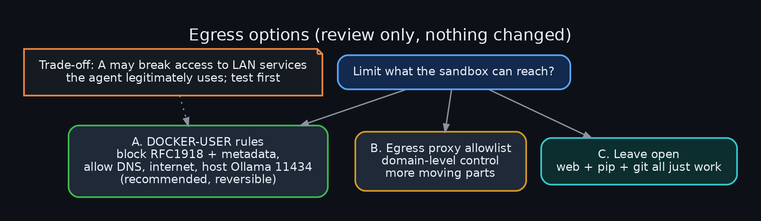
danindiana/hermes-web-search-ddgs keeps this Graphviz diagram as diagrams/32_egress_options.png. Above is the earlier version. Its source is kept beside it as diagrams/32_egress_options.dot.
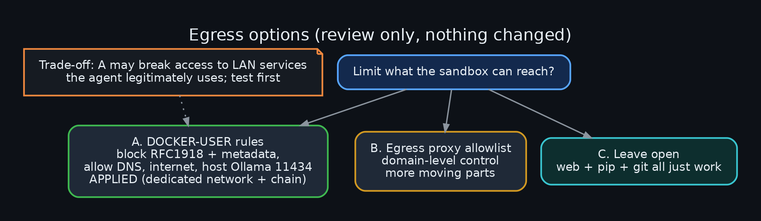
The same file after the commit.

What changed in the source:
```diff
@@ -5,7 +5,7 @@
 label="Egress options (review only, nothing changed)";
 rankdir=TB;
 q [label="Limit what the sandbox can reach?", color="#58a6ff", fillcolor="#13294d"];
-a [label="A. DOCKER-USER rules\nblock RFC1918 + metadata,\nallow DNS, internet, host Ollama 11434\n(recommended, reversible)", color="#3fb950", fillcolor="#1f2937"];
+a [label="A. DOCKER-USER rules\nblock RFC1918 + metadata,\nallow DNS, internet, host Ollama 11434\nAPPLIED (dedicated network + chain)", color="#3fb950", fillcolor="#1f2937"];
 b [label="B. Egress proxy allowlist\ndomain-level control\nmore moving parts", color="#d29922", fillcolor="#1f2937"];
 c [label="C. Leave open\nweb + pip + git all just work", color="#39c5cf", fillcolor="#0d2e2e"];
 r [label="Trade-off: A may break access to LAN services\nthe agent legitimately uses; test first", color="#f0883e", shape=note];
```
